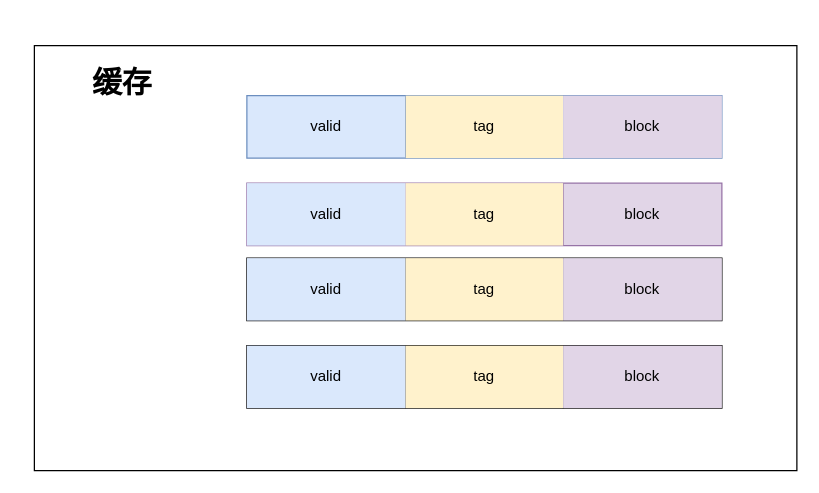
Earlier version of the draw.io diagram Untitled Diagram.drawio (supportingvector/os). Source tidied: cells renumbered, new cells numbered last; positions are measured from the earlier drawing's top-left corner, leaving out a move shared by most shapes. Both pictures are drawn from the tidied source at 125%, with x=0, y=0 at pixel (34, 45).
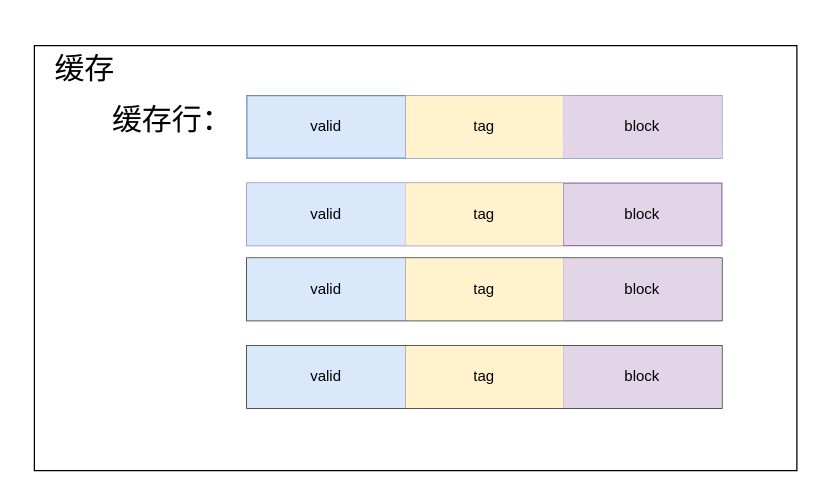
Above is the later version.

The edit, as a diff of the source:
```diff
@@
-    <mxCell id="23" value="缓存" style="text;strokeColor=none;fillColor=none;html=1;fontSize=24;fontStyle=1;verticalAlign=middle;align=center;" parent="1" vertex="1">
-      <mxGeometry x="20" y="10" width="100" height="40" as="geometry" />
+    <mxCell id="23" value="&lt;p&gt;&lt;font face=&quot;Courier New&quot; style=&quot;font-weight: normal&quot;&gt;缓存&lt;/font&gt;&lt;/p&gt;" style="text;strokeColor=none;fillColor=none;html=1;fontSize=24;fontStyle=1;verticalAlign=middle;align=center;" parent="1" vertex="1">
+      <mxGeometry x="-10" width="100" height="40" as="geometry" />
     </mxCell>
+    <mxCell id="24" value="&lt;span style=&quot;font-weight: normal&quot;&gt;缓存行：&lt;/span&gt;" style="text;strokeColor=none;fillColor=none;html=1;fontSize=24;fontStyle=1;verticalAlign=middle;align=center;" parent="1" vertex="1">
+      <mxGeometry x="60" y="40" width="100" height="40" as="geometry" />
+    </mxCell>
```
